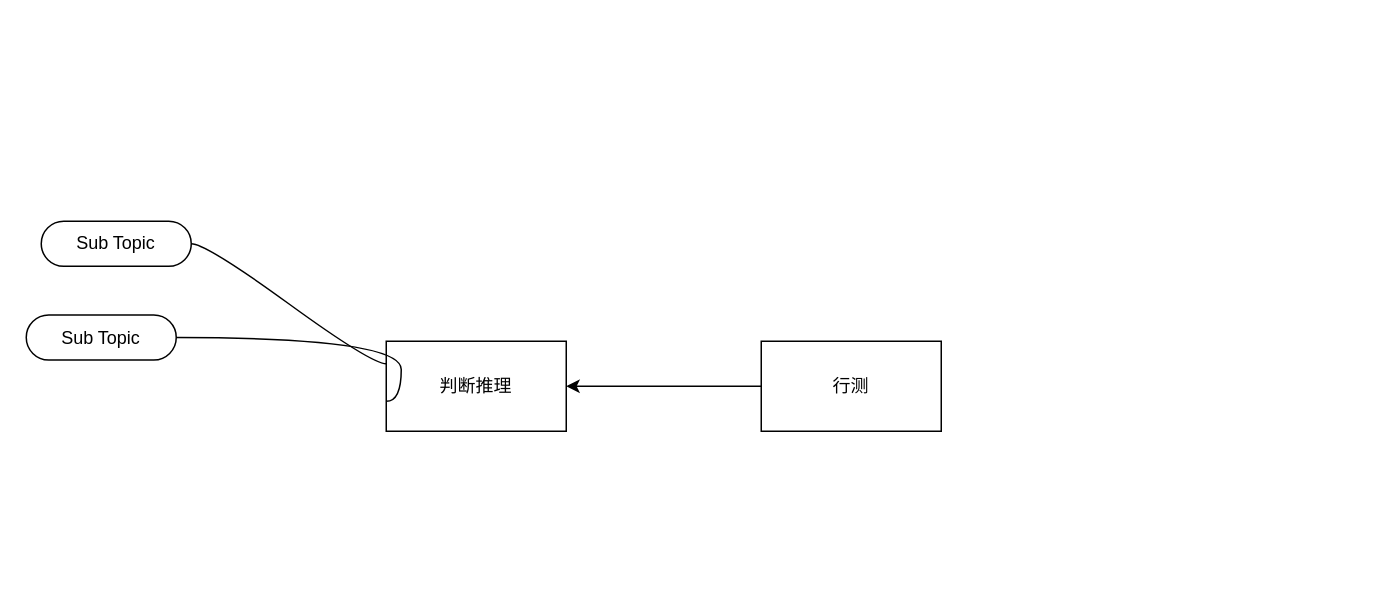
xiaofeng789/draw keeps this draw.io diagram as 行测.drawio. Above is the earlier version. Source tidied: cells renumbered, new cells numbered last; positions are measured from the earlier drawing's top-left corner, leaving out a move shared by most shapes. Both pictures are drawn from the tidied source at 150%, with x=0, y=0 at pixel (26, 220).
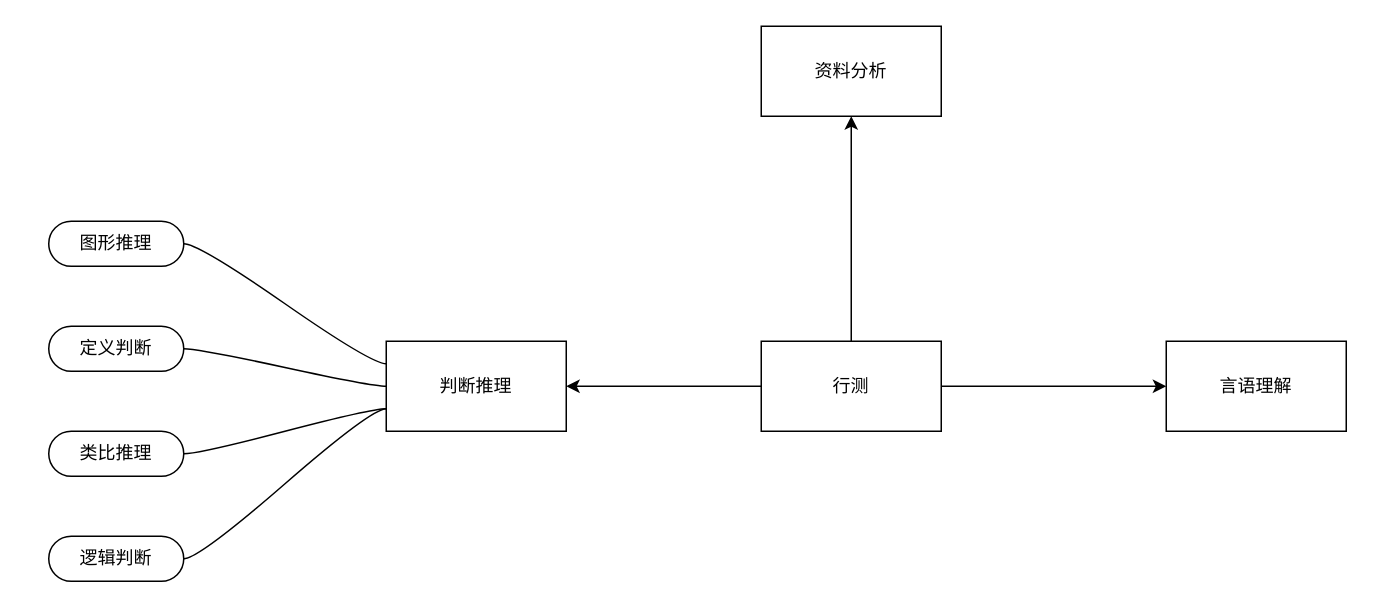
The same diagram, later.

Unchanged cells that the change refers to:
```xml
<mxCell id="2" value="行测" style="rounded=0;whiteSpace=wrap;html=1;" parent="1" vertex="1">
  <mxGeometry x="490" y="80" width="120" height="60" as="geometry" />
</mxCell>
<mxCell id="4" value="判断推理" style="rounded=0;whiteSpace=wrap;html=1;" parent="1" vertex="1">
  <mxGeometry x="240" y="80" width="120" height="60" as="geometry" />
</mxCell>
```

Change to the diagram source:
```diff
@@
-    <mxCell id="5" value="Sub Topic" style="whiteSpace=wrap;html=1;rounded=1;arcSize=50;align=center;verticalAlign=middle;strokeWidth=1;spacing=4;newEdgeStyle={&quot;edgeStyle&quot;:&quot;entityRelationEdgeStyle&quot;,&quot;startArrow&quot;:&quot;none&quot;,&quot;endArrow&quot;:&quot;none&quot;,&quot;segment&quot;:10,&quot;curved&quot;:1,&quot;sourcePerimeterSpacing&quot;:0,&quot;targetPerimeterSpacing&quot;:0};" parent="1" vertex="1">
-      <mxGeometry x="10" width="100" height="30" as="geometry" />
+    <mxCell id="5" value="图形推理" style="whiteSpace=wrap;html=1;rounded=1;arcSize=50;align=center;verticalAlign=middle;strokeWidth=1;spacing=4;newEdgeStyle={&quot;edgeStyle&quot;:&quot;entityRelationEdgeStyle&quot;,&quot;startArrow&quot;:&quot;none&quot;,&quot;endArrow&quot;:&quot;none&quot;,&quot;segment&quot;:10,&quot;curved&quot;:1,&quot;sourcePerimeterSpacing&quot;:0,&quot;targetPerimeterSpacing&quot;:0};" parent="1" vertex="1">
+      <mxGeometry x="15" width="90" height="30" as="geometry" />
     </mxCell>
@@
-    <mxCell id="7" value="Sub Topic" style="whiteSpace=wrap;html=1;rounded=1;arcSize=50;align=center;verticalAlign=middle;strokeWidth=1;spacing=4;newEdgeStyle={&quot;edgeStyle&quot;:&quot;entityRelationEdgeStyle&quot;,&quot;startArrow&quot;:&quot;none&quot;,&quot;endArrow&quot;:&quot;none&quot;,&quot;segment&quot;:10,&quot;curved&quot;:1,&quot;sourcePerimeterSpacing&quot;:0,&quot;targetPerimeterSpacing&quot;:0};" parent="1" vertex="1">
-      <mxGeometry y="62.5" width="100" height="30" as="geometry" />
+    <mxCell id="7" value="定义判断" style="whiteSpace=wrap;html=1;rounded=1;arcSize=50;align=center;verticalAlign=middle;strokeWidth=1;spacing=4;newEdgeStyle={&quot;edgeStyle&quot;:&quot;entityRelationEdgeStyle&quot;,&quot;startArrow&quot;:&quot;none&quot;,&quot;endArrow&quot;:&quot;none&quot;,&quot;segment&quot;:10,&quot;curved&quot;:1,&quot;sourcePerimeterSpacing&quot;:0,&quot;targetPerimeterSpacing&quot;:0};" parent="1" vertex="1">
+      <mxGeometry x="15" y="70" width="90" height="30" as="geometry" />
     </mxCell>
-    <mxCell id="8" style="edgeStyle=entityRelationEdgeStyle;startArrow=none;endArrow=none;segment=10;curved=1;sourcePerimeterSpacing=0;targetPerimeterSpacing=0;rounded=0;" parent="1" edge="1" target="7">
+    <mxCell id="8" style="edgeStyle=entityRelationEdgeStyle;startArrow=none;endArrow=none;segment=10;curved=1;sourcePerimeterSpacing=0;targetPerimeterSpacing=0;rounded=0;exitX=0;exitY=0.5;exitDx=0;exitDy=0;" parent="1" edge="1" source="4" target="7">
       <mxGeometry relative="1" as="geometry">
-        <mxPoint x="240" y="120" as="sourcePoint" />
+        <Array as="points">
+          <mxPoint x="210" y="110" />
+          <mxPoint x="190" y="120" />
+        </Array>
       </mxGeometry>
     </mxCell>
+    <mxCell id="9" value="类比推理" style="whiteSpace=wrap;html=1;rounded=1;arcSize=50;align=center;verticalAlign=middle;strokeWidth=1;spacing=4;newEdgeStyle={&quot;edgeStyle&quot;:&quot;entityRelationEdgeStyle&quot;,&quot;startArrow&quot;:&quot;none&quot;,&quot;endArrow&quot;:&quot;none&quot;,&quot;segment&quot;:10,&quot;curved&quot;:1,&quot;sourcePerimeterSpacing&quot;:0,&quot;targetPerimeterSpacing&quot;:0};" parent="1" vertex="1">
+      <mxGeometry x="15" y="140" width="90" height="30" as="geometry" />
+    </mxCell>
+    <mxCell id="10" value="逻辑判断" style="whiteSpace=wrap;html=1;rounded=1;arcSize=50;align=center;verticalAlign=middle;strokeWidth=1;spacing=4;newEdgeStyle={&quot;edgeStyle&quot;:&quot;entityRelationEdgeStyle&quot;,&quot;startArrow&quot;:&quot;none&quot;,&quot;endArrow&quot;:&quot;none&quot;,&quot;segment&quot;:10,&quot;curved&quot;:1,&quot;sourcePerimeterSpacing&quot;:0,&quot;targetPerimeterSpacing&quot;:0};" parent="1" vertex="1">
+      <mxGeometry x="15" y="210" width="90" height="30" as="geometry" />
+    </mxCell>
+    <mxCell id="11" style="edgeStyle=entityRelationEdgeStyle;startArrow=none;endArrow=none;segment=10;curved=1;sourcePerimeterSpacing=0;targetPerimeterSpacing=0;rounded=0;exitX=0;exitY=0.75;exitDx=0;exitDy=0;entryX=1;entryY=0.5;entryDx=0;entryDy=0;" parent="1" edge="1" source="4" target="9">
+      <mxGeometry relative="1" as="geometry">
+        <Array as="points">
+          <mxPoint x="250" y="195" />
+          <mxPoint x="230" y="205" />
+          <mxPoint x="120" y="160" />
+        </Array>
+      </mxGeometry>
+    </mxCell>
+    <mxCell id="12" style="edgeStyle=entityRelationEdgeStyle;startArrow=none;endArrow=none;segment=10;curved=1;sourcePerimeterSpacing=0;targetPerimeterSpacing=0;rounded=0;exitX=0;exitY=0.75;exitDx=0;exitDy=0;entryX=1;entryY=0.5;entryDx=0;entryDy=0;" parent="1" edge="1" source="4" target="10">
+      <mxGeometry relative="1" as="geometry">
+        <Array as="points">
+          <mxPoint x="260" y="205" />
+          <mxPoint x="240" y="215" />
+          <mxPoint x="130" y="170" />
+        </Array>
+      </mxGeometry>
+    </mxCell>
+    <mxCell id="13" value="言语理解" style="rounded=0;whiteSpace=wrap;html=1;" parent="1" vertex="1">
+      <mxGeometry x="760" y="80" width="120" height="60" as="geometry" />
+    </mxCell>
+    <mxCell id="14" style="endArrow=classic;html=1;rounded=0;exitX=1;exitY=0.5;exitDx=0;exitDy=0;entryX=0;entryY=0.5;entryDx=0;entryDy=0;" parent="1" edge="1" source="2" target="13">
+      <mxGeometry relative="1" as="geometry" />
+    </mxCell>
+    <mxCell id="15" value="资料分析" style="rounded=0;whiteSpace=wrap;html=1;" parent="1" vertex="1">
+      <mxGeometry x="490" y="-130" width="120" height="60" as="geometry" />
+    </mxCell>
+    <mxCell id="16" style="endArrow=classic;html=1;rounded=0;exitX=0.5;exitY=0;exitDx=0;exitDy=0;entryX=0.5;entryY=1;entryDx=0;entryDy=0;" parent="1" edge="1" source="2" target="15">
+      <mxGeometry relative="1" as="geometry" />
+    </mxCell>
```
